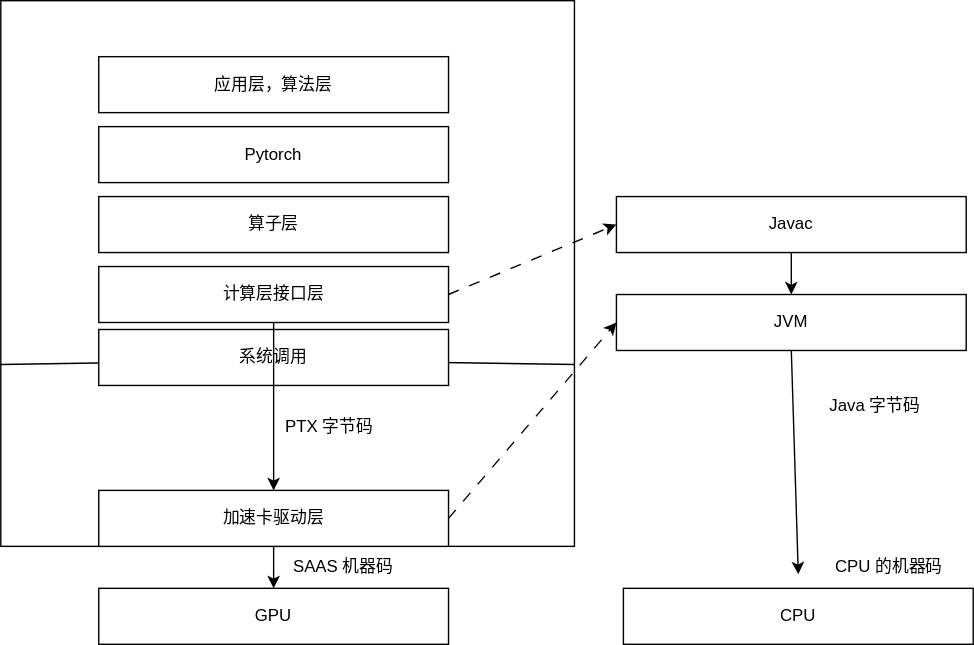
Before: src/ai/compute/compute.dio.svg, a diagram exported from draw.io (dingiv/dingiv.github.io). Source tidied: cells renumbered, new cells last; positions are measured from the earlier drawing's top-left corner, leaving out a move shared by most shapes.
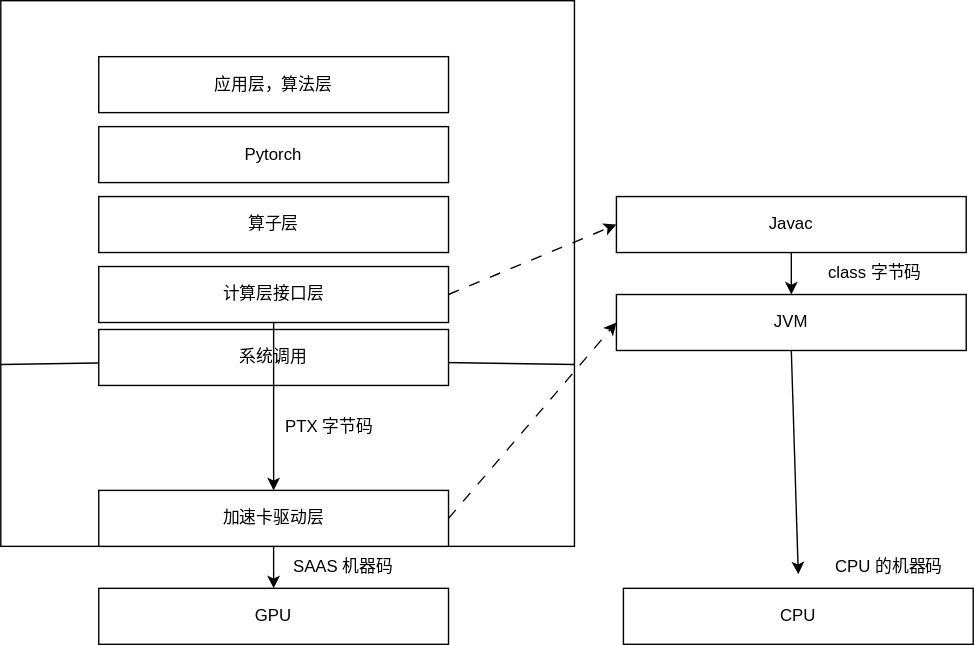
After the change.

The edit, as a diff of the source:
```diff
@@ -59,8 +59,8 @@
     <mxCell id="18" value="JVM" style="rounded=0;whiteSpace=wrap;html=1;" parent="1" vertex="1">
       <mxGeometry x="440" y="210" width="250" height="40" as="geometry" />
     </mxCell>
-    <mxCell id="19" value="Java 字节码" style="text;html=1;align=center;verticalAlign=middle;whiteSpace=wrap;rounded=0;" parent="1" vertex="1">
-      <mxGeometry x="570" y="275" width="110" height="30" as="geometry" />
+    <mxCell id="19" value="class 字节码" style="text;html=1;align=center;verticalAlign=middle;whiteSpace=wrap;rounded=0;" parent="1" vertex="1">
+      <mxGeometry x="570" y="180" width="110" height="30" as="geometry" />
     </mxCell>
     <mxCell id="20" value="CPU 的机器码" style="text;html=1;align=center;verticalAlign=middle;whiteSpace=wrap;rounded=0;" parent="1" vertex="1">
       <mxGeometry x="580" y="390" width="110" height="30" as="geometry" />
```
